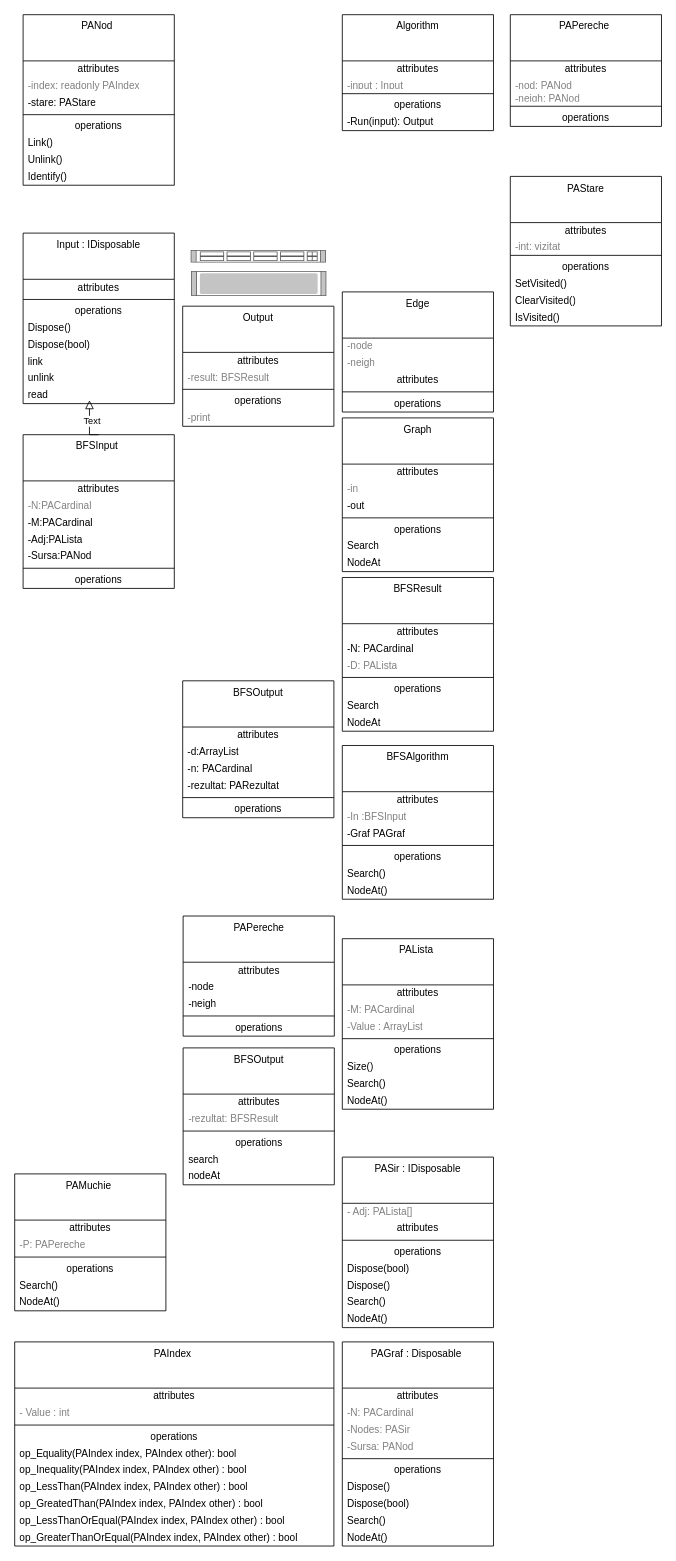
This is Untitled Diagram.drawio from Cristof17/PALibrary, a draw.io file, before an edit. Source tidied: cells renumbered, new cells numbered last; positions are measured from the earlier drawing's top-left corner, leaving out a move shared by most shapes. Both pictures are drawn from the tidied source at 84%, with x=0, y=0 at pixel (14, 14).
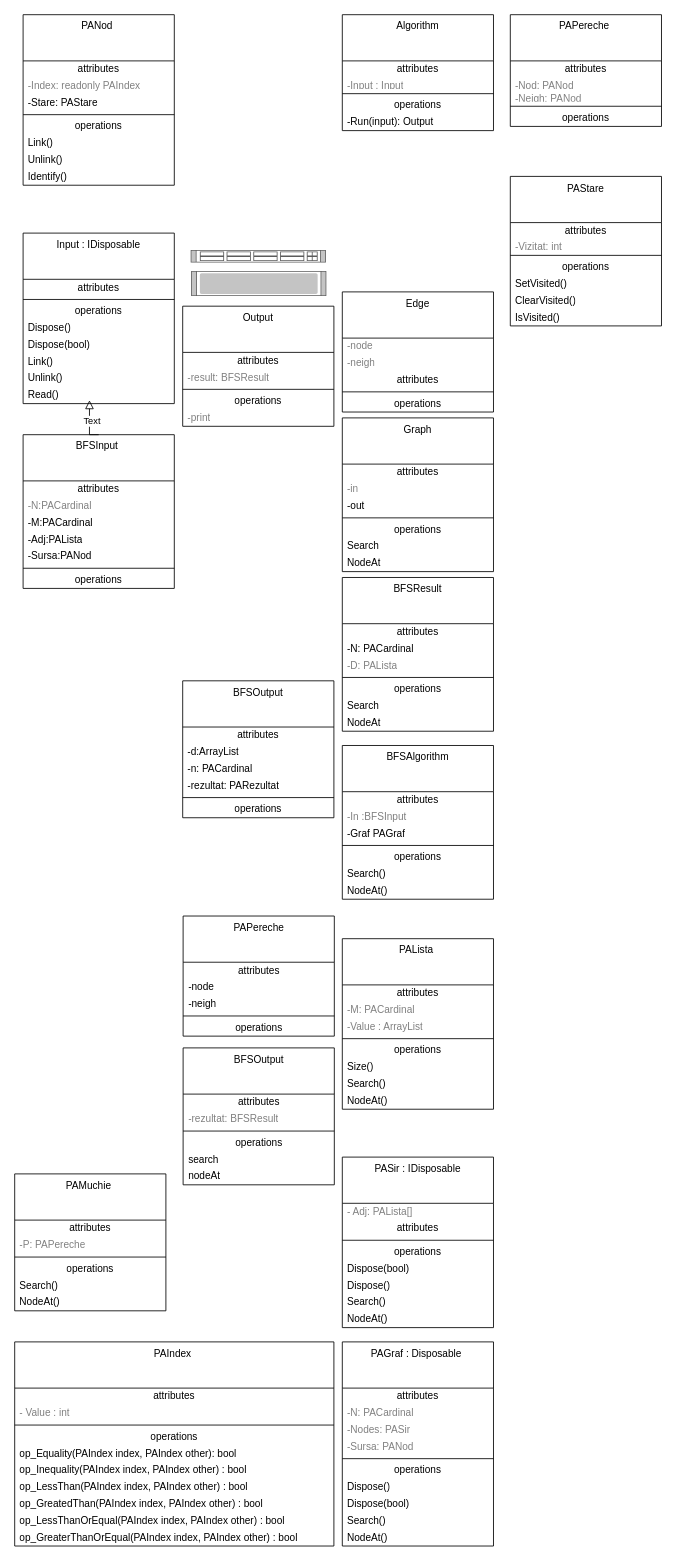
After the change.

Unchanged cells that the change refers to:
```xml
<mxCell id="2" value="PANod&amp;nbsp;" style="swimlane;fontStyle=0;align=center;verticalAlign=top;horizontal=1;startSize=55;html=1;whiteSpace=wrap;" parent="1" vertex="1">
  <mxGeometry x="10" width="180" height="203" as="geometry" />
</mxCell>
<mxCell id="11" value="Algorithm" style="swimlane;fontStyle=0;align=center;verticalAlign=top;horizontal=1;startSize=55;html=1;whiteSpace=wrap;" parent="1" vertex="1">
  <mxGeometry x="390" width="180" height="138" as="geometry" />
</mxCell>
<mxCell id="17" value="Input : IDisposable" style="swimlane;fontStyle=0;align=center;verticalAlign=top;horizontal=1;startSize=55;html=1;whiteSpace=wrap;" parent="1" vertex="1">
  <mxGeometry x="10" y="260" width="180" height="203" as="geometry" />
</mxCell>
<mxCell id="110" value="PAPereche&amp;nbsp;" style="swimlane;fontStyle=0;align=center;verticalAlign=top;horizontal=1;startSize=55;html=1;whiteSpace=wrap;" parent="1" vertex="1">
  <mxGeometry x="590" width="180" height="133" as="geometry" />
</mxCell>
<mxCell id="116" value="PAStare" style="swimlane;fontStyle=0;align=center;verticalAlign=top;horizontal=1;startSize=55;html=1;whiteSpace=wrap;" parent="1" vertex="1">
  <mxGeometry x="590" y="192.5" width="180" height="178" as="geometry" />
</mxCell>
```

The edit, as a diff of the source:
```diff
@@
-    <mxCell id="4" value="-index: readonly PAIndex" style="text;html=1;strokeColor=none;fillColor=none;align=left;verticalAlign=middle;spacingLeft=4;spacingRight=4;overflow=hidden;fontColor=#808080;whiteSpace=wrap;" parent="2" vertex="1">
+    <mxCell id="4" value="-Index: readonly PAIndex" style="text;html=1;strokeColor=none;fillColor=none;align=left;verticalAlign=middle;spacingLeft=4;spacingRight=4;overflow=hidden;fontColor=#808080;whiteSpace=wrap;" parent="2" vertex="1">
       <mxGeometry y="75" width="180" height="20" as="geometry" />
     </mxCell>
-    <mxCell id="5" value="-stare: PAStare" style="text;html=1;strokeColor=none;fillColor=none;align=left;verticalAlign=middle;spacingLeft=4;spacingRight=4;overflow=hidden;whiteSpace=wrap;" parent="2" vertex="1">
+    <mxCell id="5" value="-Stare: PAStare" style="text;html=1;strokeColor=none;fillColor=none;align=left;verticalAlign=middle;spacingLeft=4;spacingRight=4;overflow=hidden;whiteSpace=wrap;" parent="2" vertex="1">
       <mxGeometry y="95" width="180" height="20" as="geometry" />
     </mxCell>
@@
-    <mxCell id="13" value="-input : Input" style="text;html=1;strokeColor=none;fillColor=none;align=left;verticalAlign=middle;spacingLeft=4;spacingRight=4;overflow=hidden;fontColor=#808080;whiteSpace=wrap;" parent="11" vertex="1">
+    <mxCell id="13" value="-Input : Input" style="text;html=1;strokeColor=none;fillColor=none;align=left;verticalAlign=middle;spacingLeft=4;spacingRight=4;overflow=hidden;fontColor=#808080;whiteSpace=wrap;" parent="11" vertex="1">
       <mxGeometry y="75" width="180" height="15" as="geometry" />
     </mxCell>
@@
-    <mxCell id="23" value="link" style="text;html=1;strokeColor=none;fillColor=none;align=left;verticalAlign=middle;spacingLeft=4;spacingRight=4;overflow=hidden;whiteSpace=wrap;" parent="17" vertex="1">
+    <mxCell id="23" value="Link()" style="text;html=1;strokeColor=none;fillColor=none;align=left;verticalAlign=middle;spacingLeft=4;spacingRight=4;overflow=hidden;whiteSpace=wrap;" parent="17" vertex="1">
       <mxGeometry y="143" width="180" height="20" as="geometry" />
     </mxCell>
-    <mxCell id="24" value="unlink" style="text;html=1;strokeColor=none;fillColor=none;align=left;verticalAlign=middle;spacingLeft=4;spacingRight=4;overflow=hidden;whiteSpace=wrap;" parent="17" vertex="1">
+    <mxCell id="24" value="Unlink()" style="text;html=1;strokeColor=none;fillColor=none;align=left;verticalAlign=middle;spacingLeft=4;spacingRight=4;overflow=hidden;whiteSpace=wrap;" parent="17" vertex="1">
       <mxGeometry y="163" width="180" height="20" as="geometry" />
     </mxCell>
-    <mxCell id="25" value="read" style="text;html=1;strokeColor=none;fillColor=none;align=left;verticalAlign=middle;spacingLeft=4;spacingRight=4;overflow=hidden;points=[[0,0.5],[1,0.5]];portConstraint=eastwest;whiteSpace=wrap;" parent="17" vertex="1">
+    <mxCell id="25" value="Read()" style="text;html=1;strokeColor=none;fillColor=none;align=left;verticalAlign=middle;spacingLeft=4;spacingRight=4;overflow=hidden;points=[[0,0.5],[1,0.5]];portConstraint=eastwest;whiteSpace=wrap;" parent="17" vertex="1">
       <mxGeometry y="183" width="180" height="20" as="geometry" />
     </mxCell>
@@
-    <mxCell id="112" value="-nod: PANod" style="text;html=1;strokeColor=none;fillColor=none;align=left;verticalAlign=middle;spacingLeft=4;spacingRight=4;overflow=hidden;fontColor=#808080;whiteSpace=wrap;" parent="110" vertex="1">
+    <mxCell id="112" value="-Nod: PANod" style="text;html=1;strokeColor=none;fillColor=none;align=left;verticalAlign=middle;spacingLeft=4;spacingRight=4;overflow=hidden;fontColor=#808080;whiteSpace=wrap;" parent="110" vertex="1">
       <mxGeometry y="75" width="180" height="15" as="geometry" />
     </mxCell>
-    <mxCell id="113" value="-neigh: PANod" style="text;html=1;strokeColor=none;fillColor=none;align=left;verticalAlign=middle;spacingLeft=4;spacingRight=4;overflow=hidden;fontColor=#808080;whiteSpace=wrap;" parent="110" vertex="1">
+    <mxCell id="113" value="-Neigh: PANod" style="text;html=1;strokeColor=none;fillColor=none;align=left;verticalAlign=middle;spacingLeft=4;spacingRight=4;overflow=hidden;fontColor=#808080;whiteSpace=wrap;" parent="110" vertex="1">
       <mxGeometry y="90" width="180" height="15" as="geometry" />
     </mxCell>
@@
-    <mxCell id="118" value="-int: vizitat" style="text;html=1;strokeColor=none;fillColor=none;align=left;verticalAlign=middle;spacingLeft=4;spacingRight=4;overflow=hidden;fontColor=#808080;whiteSpace=wrap;" parent="116" vertex="1">
+    <mxCell id="118" value="-Vizitat: int" style="text;html=1;strokeColor=none;fillColor=none;align=left;verticalAlign=middle;spacingLeft=4;spacingRight=4;overflow=hidden;fontColor=#808080;whiteSpace=wrap;" parent="116" vertex="1">
       <mxGeometry y="75" width="180" height="15" as="geometry" />
     </mxCell>
```
